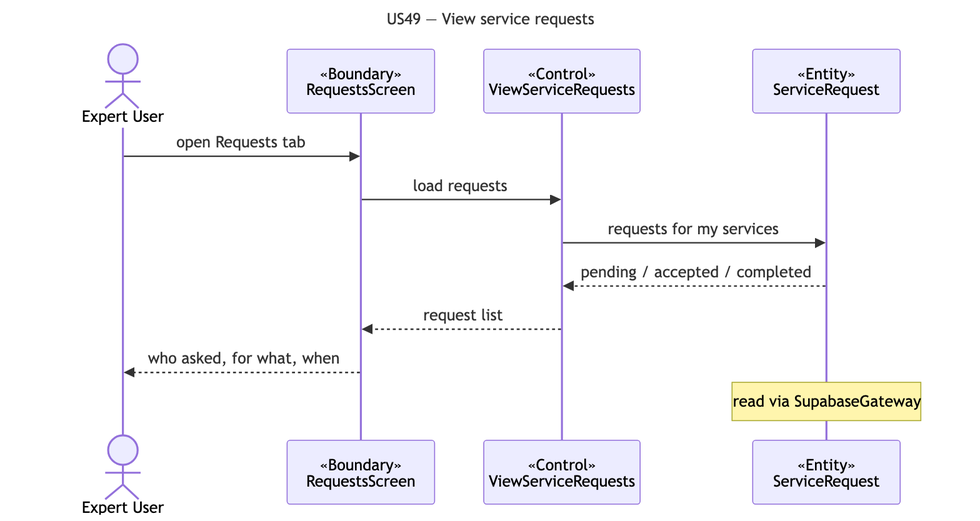
Above: docs/deliverables/sequence-diagrams/US49-view-requests.png in cyuanjun/FYP-26-S2-37-app (Mermaid), before the change. Its source is kept beside it as docs/deliverables/sequence-diagrams/src/US49-view-requests.mmd.
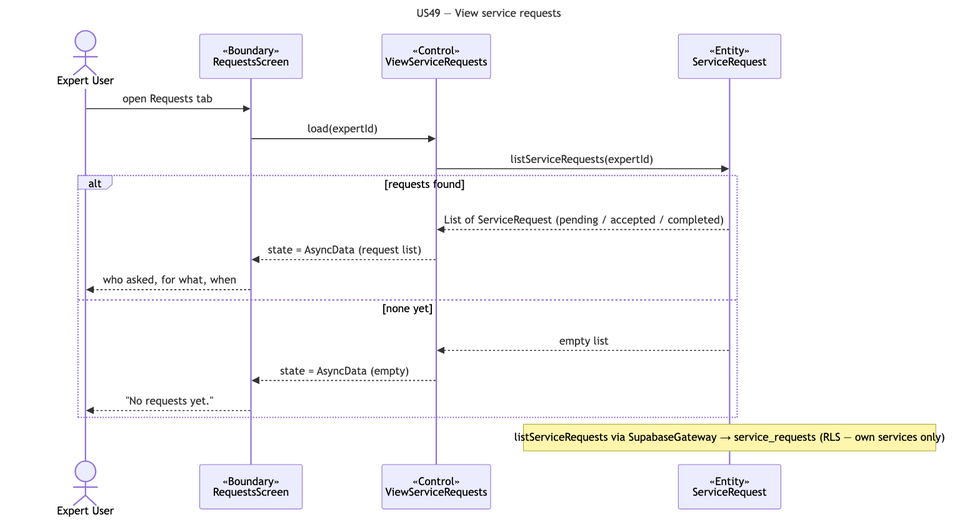
The same diagram one commit later.

The edit, as a diff of the source:
```diff
@@ -7,9 +7,15 @@
   participant C as «Control»<br/>ViewServiceRequests
   participant E as «Entity»<br/>ServiceRequest
   A->>B: open Requests tab
-  B->>C: load requests
-  C->>E: requests for my services
-  E-->>C: pending / accepted / completed
-  C-->>B: request list
-  B-->>A: who asked, for what, when
-  note over E: read via SupabaseGateway
+  B->>C: load(expertId)
+  C->>E: listServiceRequests(expertId)
+  alt requests found
+    E-->>C: List of ServiceRequest (pending / accepted / completed)
+    C-->>B: state = AsyncData (request list)
+    B-->>A: who asked, for what, when
+  else none yet
+    E-->>C: empty list
+    C-->>B: state = AsyncData (empty)
+    B-->>A: "No requests yet."
+  end
+  note over E: listServiceRequests via SupabaseGateway → service_requests (RLS — own services only)
```
